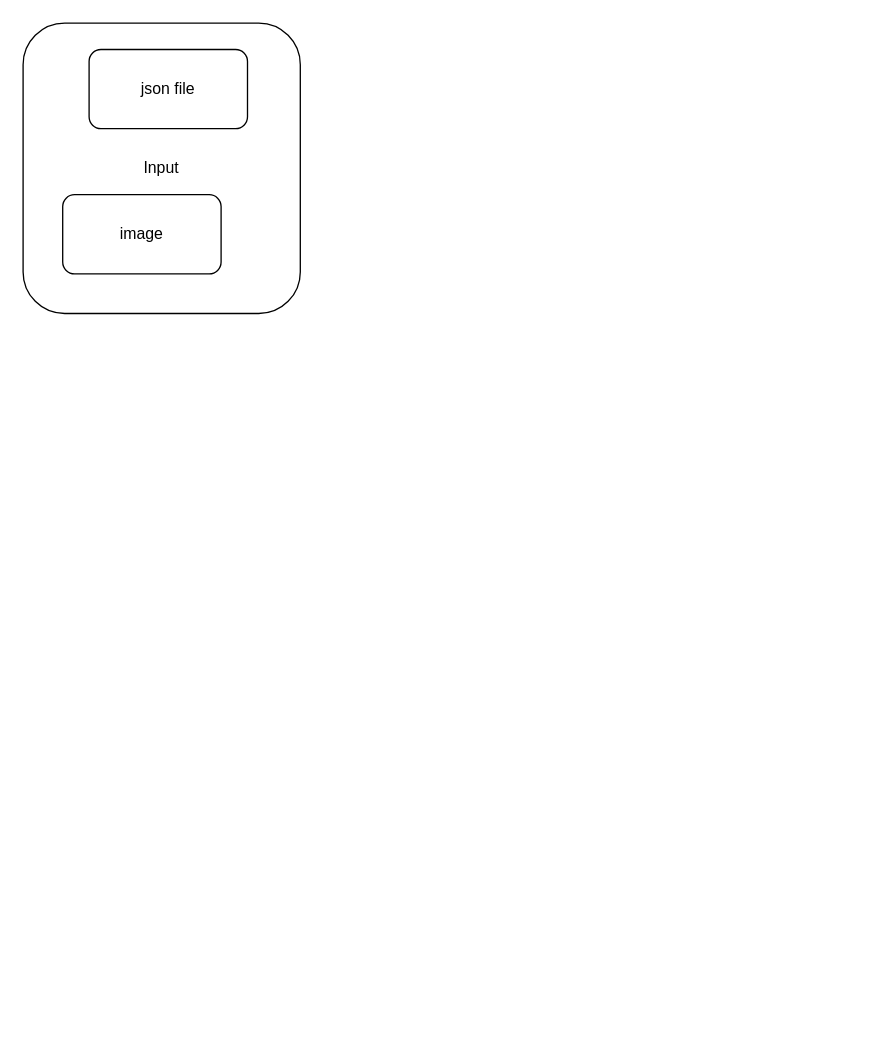
This is Diagram Tanpa Judul.drawio from nabilbachroin/draw.io_nabil, a draw.io file, before an edit. Source tidied: cells renumbered, new cells numbered last; positions are measured from the earlier drawing's top-left corner, leaving out a move shared by most shapes. Both pictures are drawn from the tidied source at 132%, with x=0, y=0 at pixel (22, 22).
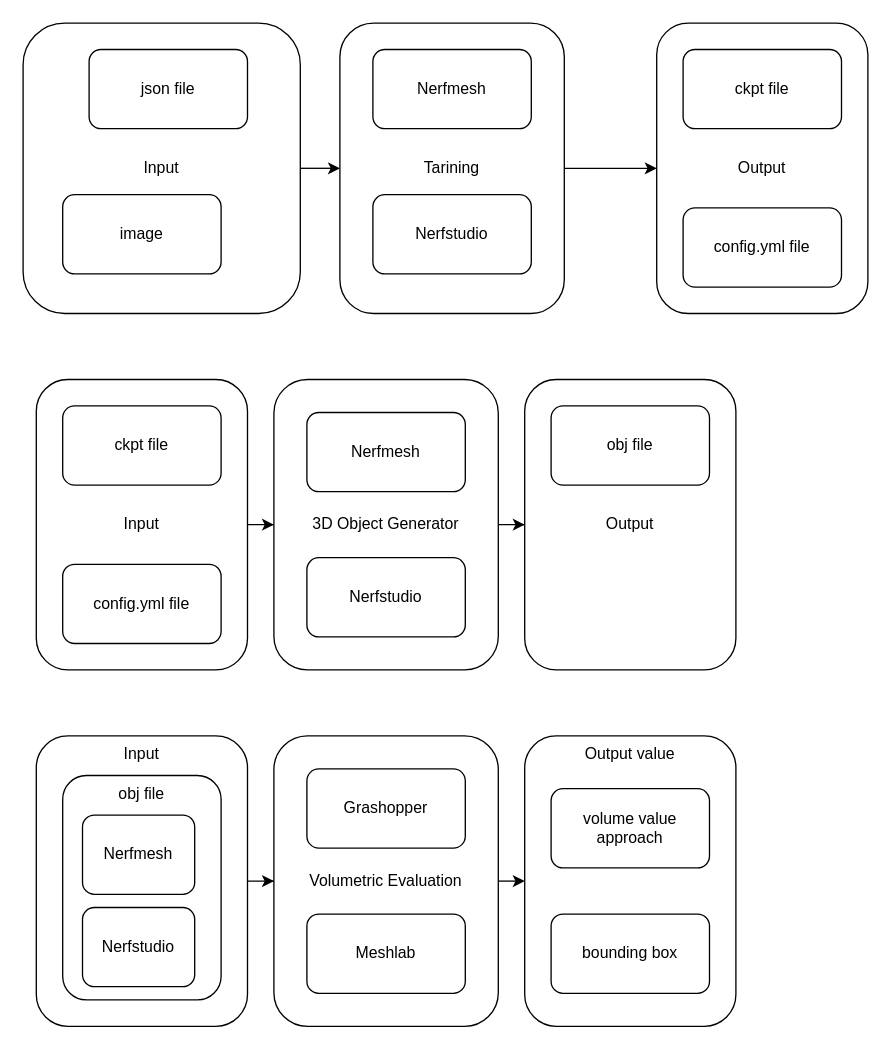
Above is the later version.

Unchanged cells that the change refers to:
```xml
<mxCell id="2" value="Input" style="rounded=1;whiteSpace=wrap;html=1;" parent="1" vertex="1">
  <mxGeometry width="210" height="220" as="geometry" />
</mxCell>
```

Change to the diagram source:
```diff
@@
+    <mxCell id="5" style="edgeStyle=orthogonalEdgeStyle;rounded=0;jettySize=auto;html=1;exitX=1;exitY=0.5;exitDx=0;exitDy=0;entryX=0;entryY=0.5;entryDx=0;entryDy=0;" parent="1" edge="1" source="2" target="7">
+      <mxGeometry relative="1" as="geometry" />
+    </mxCell>
@@
+    <mxCell id="6" style="edgeStyle=orthogonalEdgeStyle;rounded=0;jettySize=auto;html=1;exitX=1;exitY=0.5;exitDx=0;exitDy=0;entryX=0;entryY=0.5;entryDx=0;entryDy=0;" parent="1" edge="1" source="7" target="8">
+      <mxGeometry relative="1" as="geometry" />
+    </mxCell>
+    <mxCell id="7" value="Tarining" style="rounded=1;whiteSpace=wrap;html=1;" parent="1" vertex="1">
+      <mxGeometry x="240" width="170" height="220" as="geometry" />
+    </mxCell>
+    <mxCell id="8" value="Output" style="rounded=1;whiteSpace=wrap;html=1;" parent="1" vertex="1">
+      <mxGeometry x="480" width="160" height="220" as="geometry" />
+    </mxCell>
+    <mxCell id="9" value="ckpt file" style="rounded=1;whiteSpace=wrap;html=1;" parent="1" vertex="1">
+      <mxGeometry x="500" y="20" width="120" height="60" as="geometry" />
+    </mxCell>
+    <mxCell id="10" value="config.yml file" style="rounded=1;whiteSpace=wrap;html=1;" parent="1" vertex="1">
+      <mxGeometry x="500" y="140" width="120" height="60" as="geometry" />
+    </mxCell>
+    <mxCell id="11" style="edgeStyle=orthogonalEdgeStyle;rounded=0;jettySize=auto;html=1;exitX=1;exitY=0.5;exitDx=0;exitDy=0;" parent="1" edge="1" source="12" target="16">
+      <mxGeometry relative="1" as="geometry" />
+    </mxCell>
+    <mxCell id="12" value="Input" style="rounded=1;whiteSpace=wrap;html=1;" parent="1" vertex="1">
+      <mxGeometry x="10" y="270" width="160" height="220" as="geometry" />
+    </mxCell>
+    <mxCell id="13" value="ckpt file" style="rounded=1;whiteSpace=wrap;html=1;" parent="1" vertex="1">
+      <mxGeometry x="30" y="290" width="120" height="60" as="geometry" />
+    </mxCell>
+    <mxCell id="14" value="config.yml file" style="rounded=1;whiteSpace=wrap;html=1;" parent="1" vertex="1">
+      <mxGeometry x="30" y="410" width="120" height="60" as="geometry" />
+    </mxCell>
+    <mxCell id="15" style="edgeStyle=orthogonalEdgeStyle;rounded=0;jettySize=auto;html=1;exitX=1;exitY=0.5;exitDx=0;exitDy=0;" parent="1" edge="1" source="16" target="17">
+      <mxGeometry relative="1" as="geometry" />
+    </mxCell>
+    <mxCell id="16" value="3D Object Generator" style="rounded=1;whiteSpace=wrap;html=1;" parent="1" vertex="1">
+      <mxGeometry x="190" y="270" width="170" height="220" as="geometry" />
+    </mxCell>
+    <mxCell id="17" value="Output" style="rounded=1;whiteSpace=wrap;html=1;" parent="1" vertex="1">
+      <mxGeometry x="380" y="270" width="160" height="220" as="geometry" />
+    </mxCell>
+    <mxCell id="18" value="Nerfmesh" style="rounded=1;whiteSpace=wrap;html=1;" parent="1" vertex="1">
+      <mxGeometry x="265" y="20" width="120" height="60" as="geometry" />
+    </mxCell>
+    <mxCell id="19" value="Nerfstudio" style="rounded=1;whiteSpace=wrap;html=1;" parent="1" vertex="1">
+      <mxGeometry x="265" y="130" width="120" height="60" as="geometry" />
+    </mxCell>
+    <mxCell id="20" value="obj file" style="rounded=1;whiteSpace=wrap;html=1;" parent="1" vertex="1">
+      <mxGeometry x="400" y="290" width="120" height="60" as="geometry" />
+    </mxCell>
+    <mxCell id="21" value="Nerfmesh" style="rounded=1;whiteSpace=wrap;html=1;" parent="1" vertex="1">
+      <mxGeometry x="215" y="295" width="120" height="60" as="geometry" />
+    </mxCell>
+    <mxCell id="22" value="Nerfstudio" style="rounded=1;whiteSpace=wrap;html=1;" parent="1" vertex="1">
+      <mxGeometry x="215" y="405" width="120" height="60" as="geometry" />
+    </mxCell>
+    <mxCell id="23" style="edgeStyle=orthogonalEdgeStyle;rounded=0;jettySize=auto;html=1;exitX=1;exitY=0.5;exitDx=0;exitDy=0;" parent="1" edge="1" source="24" target="27">
+      <mxGeometry relative="1" as="geometry" />
+    </mxCell>
+    <mxCell id="24" value="Input" style="rounded=1;whiteSpace=wrap;html=1;verticalAlign=top;" parent="1" vertex="1">
+      <mxGeometry x="10" y="540" width="160" height="220" as="geometry" />
+    </mxCell>
+    <mxCell id="25" value="obj file" style="rounded=1;whiteSpace=wrap;html=1;verticalAlign=top;" parent="1" vertex="1">
+      <mxGeometry x="30" y="570" width="120" height="170" as="geometry" />
+    </mxCell>
+    <mxCell id="26" style="edgeStyle=orthogonalEdgeStyle;rounded=0;jettySize=auto;html=1;exitX=1;exitY=0.5;exitDx=0;exitDy=0;entryX=0;entryY=0.5;entryDx=0;entryDy=0;" parent="1" edge="1" source="27" target="32">
+      <mxGeometry relative="1" as="geometry" />
+    </mxCell>
+    <mxCell id="27" value="Volumetric Evaluation" style="rounded=1;whiteSpace=wrap;html=1;" parent="1" vertex="1">
+      <mxGeometry x="190" y="540" width="170" height="220" as="geometry" />
+    </mxCell>
+    <mxCell id="28" value="Grashopper" style="rounded=1;whiteSpace=wrap;html=1;" parent="1" vertex="1">
+      <mxGeometry x="215" y="565" width="120" height="60" as="geometry" />
+    </mxCell>
+    <mxCell id="29" value="Meshlab" style="rounded=1;whiteSpace=wrap;html=1;" parent="1" vertex="1">
+      <mxGeometry x="215" y="675" width="120" height="60" as="geometry" />
+    </mxCell>
+    <mxCell id="30" value="Nerfmesh" style="rounded=1;whiteSpace=wrap;html=1;" parent="1" vertex="1">
+      <mxGeometry x="45" y="600" width="85" height="60" as="geometry" />
+    </mxCell>
+    <mxCell id="31" value="Nerfstudio" style="rounded=1;whiteSpace=wrap;html=1;" parent="1" vertex="1">
+      <mxGeometry x="45" y="670" width="85" height="60" as="geometry" />
+    </mxCell>
+    <mxCell id="32" value="Output value" style="rounded=1;whiteSpace=wrap;html=1;verticalAlign=top;" parent="1" vertex="1">
+      <mxGeometry x="380" y="540" width="160" height="220" as="geometry" />
+    </mxCell>
+    <mxCell id="33" value="volume value approach" style="rounded=1;whiteSpace=wrap;html=1;" parent="1" vertex="1">
+      <mxGeometry x="400" y="580" width="120" height="60" as="geometry" />
+    </mxCell>
+    <mxCell id="34" value="bounding box" style="rounded=1;whiteSpace=wrap;html=1;" parent="1" vertex="1">
+      <mxGeometry x="400" y="675" width="120" height="60" as="geometry" />
+    </mxCell>
```
